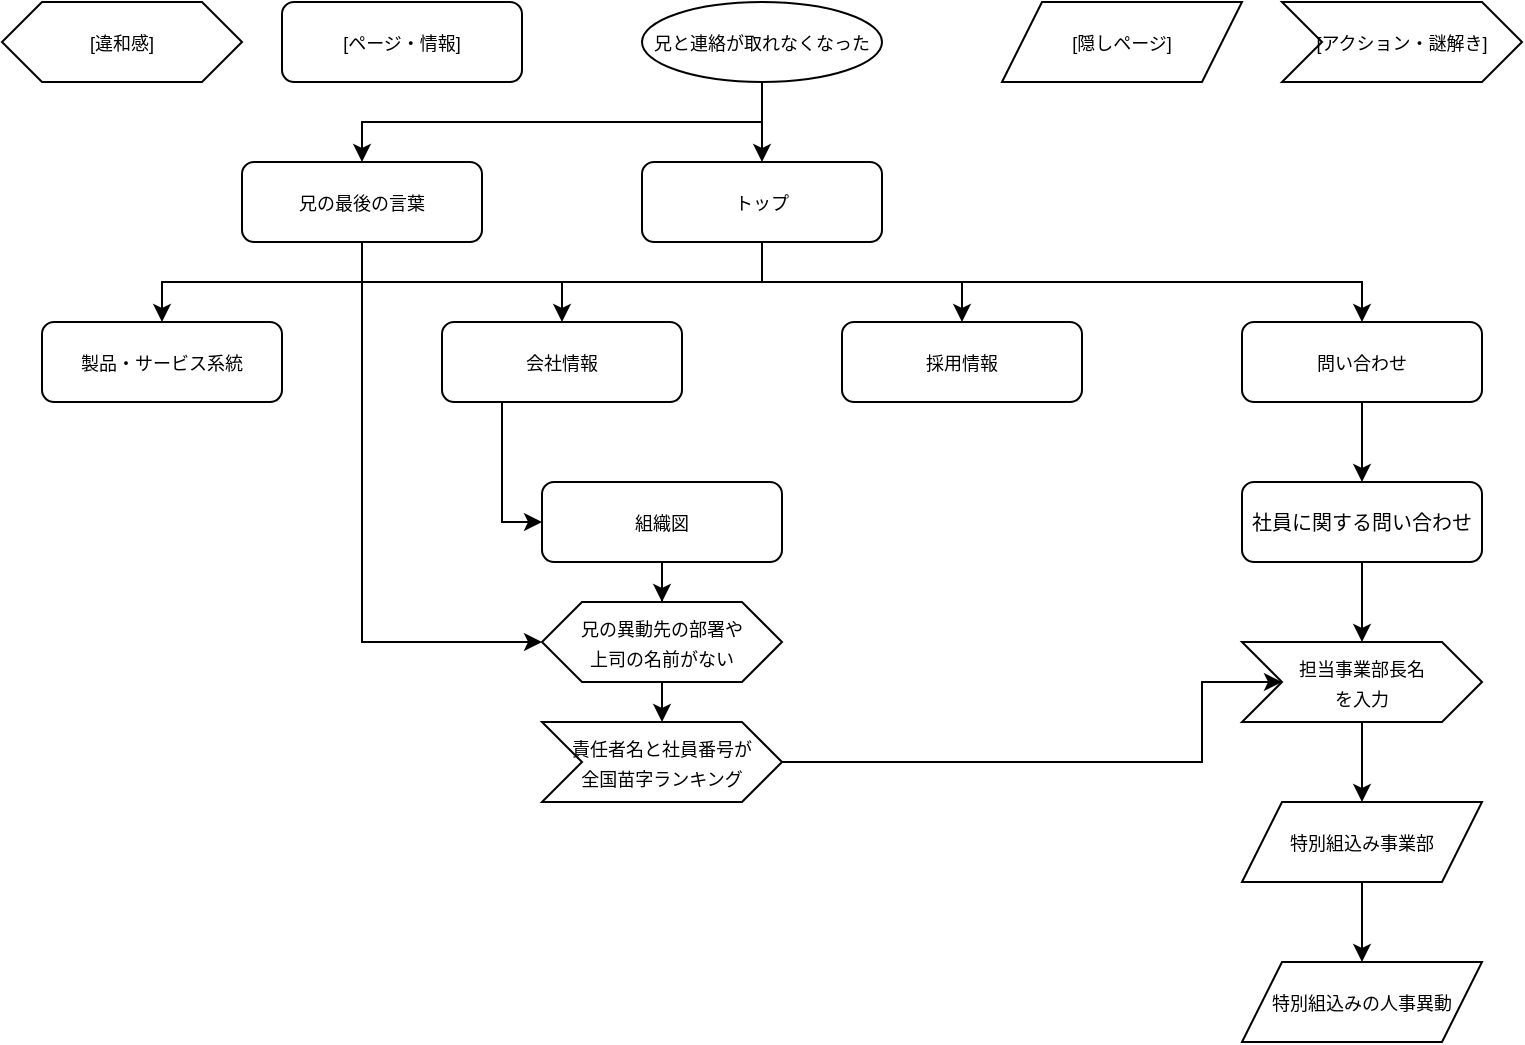
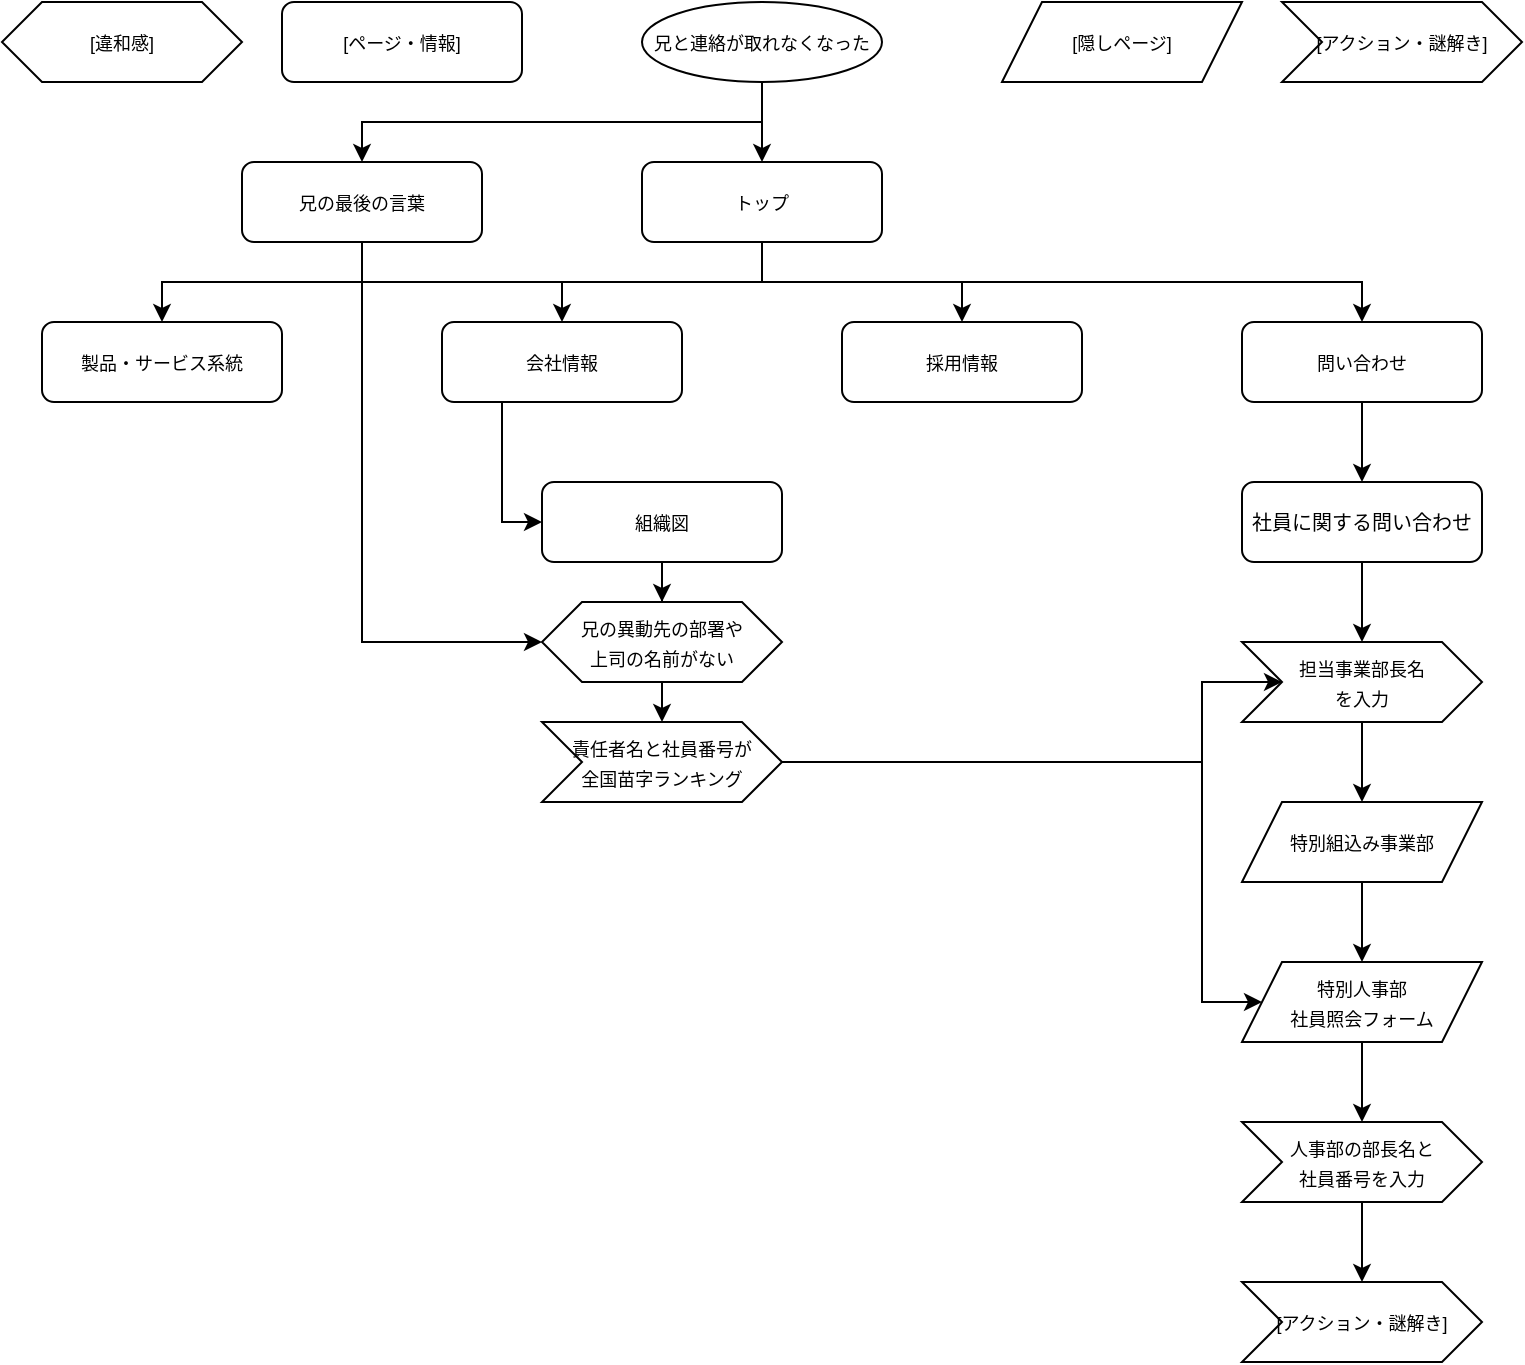
<mxfile host="app.diagrams.net">
  <diagram name="ページ-1" id="SspNnKsi7fuRaBvJYO7E">
    <mxGraphModel dx="1030" dy="658" grid="1" gridSize="10" guides="1" tooltips="1" connect="1" arrows="1" fold="1" page="1" pageScale="1" pageWidth="800" pageHeight="1169" math="0" shadow="0">
      <root>
        <mxCell id="0" />
        <mxCell id="1" parent="0" />
        <mxCell id="Oz_Tc0_ftmsHe5I9UQDS-19" edge="1" parent="1" source="Oz_Tc0_ftmsHe5I9UQDS-2" style="edgeStyle=orthogonalEdgeStyle;rounded=0;orthogonalLoop=1;jettySize=auto;html=1;exitX=0.5;exitY=1;exitDx=0;exitDy=0;" target="Oz_Tc0_ftmsHe5I9UQDS-18">
          <mxGeometry relative="1" as="geometry" />
        </mxCell>
        <mxCell id="Oz_Tc0_ftmsHe5I9UQDS-51" edge="1" parent="1" source="Oz_Tc0_ftmsHe5I9UQDS-2" style="edgeStyle=orthogonalEdgeStyle;rounded=0;orthogonalLoop=1;jettySize=auto;html=1;exitX=0.5;exitY=1;exitDx=0;exitDy=0;entryX=0.5;entryY=0;entryDx=0;entryDy=0;" target="Oz_Tc0_ftmsHe5I9UQDS-55">
          <mxGeometry relative="1" as="geometry">
            <mxPoint x="260" y="120" as="targetPoint" />
          </mxGeometry>
        </mxCell>
        <mxCell id="Oz_Tc0_ftmsHe5I9UQDS-2" parent="1" style="ellipse;whiteSpace=wrap;html=1;" value="&lt;font style=&quot;font-size: 9px;&quot;&gt;兄と連絡が取れなくなった&lt;/font&gt;" vertex="1">
          <mxGeometry height="40" width="120" x="340" y="40" as="geometry" />
        </mxCell>
        <mxCell id="Oz_Tc0_ftmsHe5I9UQDS-24" edge="1" parent="1" source="Oz_Tc0_ftmsHe5I9UQDS-18" style="edgeStyle=orthogonalEdgeStyle;rounded=0;orthogonalLoop=1;jettySize=auto;html=1;exitX=0.5;exitY=1;exitDx=0;exitDy=0;entryX=0.5;entryY=0;entryDx=0;entryDy=0;" target="Oz_Tc0_ftmsHe5I9UQDS-23">
          <mxGeometry relative="1" as="geometry" />
        </mxCell>
        <mxCell id="Oz_Tc0_ftmsHe5I9UQDS-44" edge="1" parent="1" source="Oz_Tc0_ftmsHe5I9UQDS-18" style="edgeStyle=orthogonalEdgeStyle;rounded=0;orthogonalLoop=1;jettySize=auto;html=1;exitX=0.5;exitY=1;exitDx=0;exitDy=0;entryX=0.5;entryY=0;entryDx=0;entryDy=0;" target="Oz_Tc0_ftmsHe5I9UQDS-41">
          <mxGeometry relative="1" as="geometry" />
        </mxCell>
        <mxCell id="Oz_Tc0_ftmsHe5I9UQDS-45" edge="1" parent="1" source="Oz_Tc0_ftmsHe5I9UQDS-18" style="edgeStyle=orthogonalEdgeStyle;rounded=0;orthogonalLoop=1;jettySize=auto;html=1;exitX=0.5;exitY=1;exitDx=0;exitDy=0;entryX=0.5;entryY=0;entryDx=0;entryDy=0;" target="Oz_Tc0_ftmsHe5I9UQDS-42">
          <mxGeometry relative="1" as="geometry" />
        </mxCell>
        <mxCell id="Oz_Tc0_ftmsHe5I9UQDS-46" edge="1" parent="1" source="Oz_Tc0_ftmsHe5I9UQDS-18" style="edgeStyle=orthogonalEdgeStyle;rounded=0;orthogonalLoop=1;jettySize=auto;html=1;exitX=0.5;exitY=1;exitDx=0;exitDy=0;" target="Oz_Tc0_ftmsHe5I9UQDS-43">
          <mxGeometry relative="1" as="geometry" />
        </mxCell>
        <mxCell id="Oz_Tc0_ftmsHe5I9UQDS-18" parent="1" style="rounded=1;whiteSpace=wrap;html=1;" value="&lt;font style=&quot;font-size: 9px;&quot;&gt;トップ&lt;/font&gt;" vertex="1">
          <mxGeometry height="40" width="120" x="340" y="120" as="geometry" />
        </mxCell>
        <mxCell id="Oz_Tc0_ftmsHe5I9UQDS-37" edge="1" parent="1" source="Oz_Tc0_ftmsHe5I9UQDS-69" style="edgeStyle=orthogonalEdgeStyle;rounded=0;orthogonalLoop=1;jettySize=auto;html=1;exitX=0.5;exitY=1;exitDx=0;exitDy=0;entryX=0.5;entryY=0;entryDx=0;entryDy=0;" target="Oz_Tc0_ftmsHe5I9UQDS-35">
          <mxGeometry relative="1" as="geometry" />
        </mxCell>
        <mxCell id="Oz_Tc0_ftmsHe5I9UQDS-25" edge="1" parent="1" source="Oz_Tc0_ftmsHe5I9UQDS-23" style="edgeStyle=orthogonalEdgeStyle;rounded=0;orthogonalLoop=1;jettySize=auto;html=1;exitX=0.5;exitY=1;exitDx=0;exitDy=0;entryX=0.5;entryY=0;entryDx=0;entryDy=0;" target="Oz_Tc0_ftmsHe5I9UQDS-69">
          <mxGeometry relative="1" as="geometry" />
        </mxCell>
        <mxCell id="Oz_Tc0_ftmsHe5I9UQDS-23" parent="1" style="rounded=1;whiteSpace=wrap;html=1;" value="&lt;font style=&quot;font-size: 9px;&quot;&gt;問い合わせ&lt;/font&gt;" vertex="1">
          <mxGeometry height="40" width="120" x="640" y="200" as="geometry" />
        </mxCell>
        <mxCell id="Oz_Tc0_ftmsHe5I9UQDS-27" parent="1" style="rounded=1;whiteSpace=wrap;html=1;" value="&lt;font style=&quot;font-size: 9px;&quot;&gt;[ページ・情報]&lt;/font&gt;" vertex="1">
          <mxGeometry height="40" width="120" x="160" y="40" as="geometry" />
        </mxCell>
        <mxCell id="Oz_Tc0_ftmsHe5I9UQDS-29" parent="1" style="shape=hexagon;perimeter=hexagonPerimeter2;whiteSpace=wrap;html=1;fixedSize=1;" value="&lt;font style=&quot;font-size: 9px;&quot;&gt;[違和感]&lt;/font&gt;" vertex="1">
          <mxGeometry height="40" width="120" x="20" y="40" as="geometry" />
        </mxCell>
        <mxCell id="Oz_Tc0_ftmsHe5I9UQDS-31" parent="1" style="shape=parallelogram;perimeter=parallelogramPerimeter;whiteSpace=wrap;html=1;fixedSize=1;" value="&lt;font style=&quot;font-size: 9px;&quot;&gt;[隠しページ]&lt;/font&gt;" vertex="1">
          <mxGeometry height="40" width="120" x="520" y="40" as="geometry" />
        </mxCell>
        <mxCell id="Oz_Tc0_ftmsHe5I9UQDS-34" parent="1" style="shape=step;perimeter=stepPerimeter;whiteSpace=wrap;html=1;fixedSize=1;" value="&lt;font style=&quot;font-size: 9px;&quot;&gt;[アクション・謎解き]&lt;/font&gt;" vertex="1">
          <mxGeometry height="40" width="120" x="660" y="40" as="geometry" />
        </mxCell>
        <mxCell id="Oz_Tc0_ftmsHe5I9UQDS-39" edge="1" parent="1" source="Oz_Tc0_ftmsHe5I9UQDS-35" style="edgeStyle=orthogonalEdgeStyle;rounded=0;orthogonalLoop=1;jettySize=auto;html=1;exitX=0.5;exitY=1;exitDx=0;exitDy=0;entryX=0.5;entryY=0;entryDx=0;entryDy=0;" target="Oz_Tc0_ftmsHe5I9UQDS-38">
          <mxGeometry relative="1" as="geometry" />
        </mxCell>
        <mxCell id="Oz_Tc0_ftmsHe5I9UQDS-35" parent="1" style="shape=step;perimeter=stepPerimeter;whiteSpace=wrap;html=1;fixedSize=1;" value="&lt;font style=&quot;font-size: 9px;&quot;&gt;担当事業部長名&lt;/font&gt;&lt;div&gt;&lt;span style=&quot;font-size: 9px; background-color: transparent; color: light-dark(rgb(0, 0, 0), rgb(255, 255, 255));&quot;&gt;を入力&lt;/span&gt;&lt;/div&gt;" vertex="1">
          <mxGeometry height="40" width="120" x="640" y="360" as="geometry" />
        </mxCell>
-         <mxCell id="Oz_Tc0_ftmsHe5I9UQDS-68" edge="1" parent="1" source="Oz_Tc0_ftmsHe5I9UQDS-38" style="edgeStyle=orthogonalEdgeStyle;rounded=0;orthogonalLoop=1;jettySize=auto;html=1;exitX=0.5;exitY=1;exitDx=0;exitDy=0;entryX=0.5;entryY=0;entryDx=0;entryDy=0;" target="Oz_Tc0_ftmsHe5I9UQDS-67">
+         <mxCell id="yNmSESkKe9NjBtatHqW6-9" edge="1" parent="1" source="Oz_Tc0_ftmsHe5I9UQDS-38" style="edgeStyle=orthogonalEdgeStyle;rounded=0;orthogonalLoop=1;jettySize=auto;html=1;exitX=0.5;exitY=1;exitDx=0;exitDy=0;" target="yNmSESkKe9NjBtatHqW6-6">
          <mxGeometry relative="1" as="geometry" />
        </mxCell>
        <mxCell id="Oz_Tc0_ftmsHe5I9UQDS-38" parent="1" style="shape=parallelogram;perimeter=parallelogramPerimeter;whiteSpace=wrap;html=1;fixedSize=1;" value="&lt;font style=&quot;font-size: 9px;&quot;&gt;特別組込み事業部&lt;/font&gt;" vertex="1">
          <mxGeometry height="40" width="120" x="640" y="440" as="geometry" />
        </mxCell>
        <mxCell id="Oz_Tc0_ftmsHe5I9UQDS-41" parent="1" style="rounded=1;whiteSpace=wrap;html=1;" value="&lt;font style=&quot;font-size: 9px;&quot;&gt;採用情報&lt;/font&gt;" vertex="1">
          <mxGeometry height="40" width="120" x="440" y="200" as="geometry" />
        </mxCell>
        <mxCell id="Oz_Tc0_ftmsHe5I9UQDS-48" edge="1" parent="1" source="Oz_Tc0_ftmsHe5I9UQDS-42" style="edgeStyle=orthogonalEdgeStyle;rounded=0;orthogonalLoop=1;jettySize=auto;html=1;exitX=0.25;exitY=1;exitDx=0;exitDy=0;entryX=0;entryY=0.5;entryDx=0;entryDy=0;" target="Oz_Tc0_ftmsHe5I9UQDS-47">
          <mxGeometry relative="1" as="geometry" />
        </mxCell>
        <mxCell id="Oz_Tc0_ftmsHe5I9UQDS-42" parent="1" style="rounded=1;whiteSpace=wrap;html=1;" value="&lt;font style=&quot;font-size: 9px;&quot;&gt;会社情報&lt;/font&gt;" vertex="1">
          <mxGeometry height="40" width="120" x="240" y="200" as="geometry" />
        </mxCell>
        <mxCell id="Oz_Tc0_ftmsHe5I9UQDS-43" parent="1" style="rounded=1;whiteSpace=wrap;html=1;" value="&lt;font style=&quot;font-size: 9px;&quot;&gt;製品・サービス系統&lt;/font&gt;" vertex="1">
          <mxGeometry height="40" width="120" x="40" y="200" as="geometry" />
        </mxCell>
        <mxCell id="Oz_Tc0_ftmsHe5I9UQDS-62" edge="1" parent="1" source="Oz_Tc0_ftmsHe5I9UQDS-47" style="edgeStyle=orthogonalEdgeStyle;rounded=0;orthogonalLoop=1;jettySize=auto;html=1;exitX=0.5;exitY=1;exitDx=0;exitDy=0;" target="Oz_Tc0_ftmsHe5I9UQDS-49">
          <mxGeometry relative="1" as="geometry" />
        </mxCell>
        <mxCell id="Oz_Tc0_ftmsHe5I9UQDS-47" parent="1" style="rounded=1;whiteSpace=wrap;html=1;" value="&lt;font style=&quot;font-size: 9px;&quot;&gt;組織図&lt;/font&gt;" vertex="1">
          <mxGeometry height="40" width="120" x="290" y="280" as="geometry" />
        </mxCell>
        <mxCell id="Oz_Tc0_ftmsHe5I9UQDS-64" edge="1" parent="1" source="Oz_Tc0_ftmsHe5I9UQDS-49" style="edgeStyle=orthogonalEdgeStyle;rounded=0;orthogonalLoop=1;jettySize=auto;html=1;exitX=0.5;exitY=1;exitDx=0;exitDy=0;entryX=0.5;entryY=0;entryDx=0;entryDy=0;" target="Oz_Tc0_ftmsHe5I9UQDS-63">
          <mxGeometry relative="1" as="geometry" />
        </mxCell>
        <mxCell id="Oz_Tc0_ftmsHe5I9UQDS-49" parent="1" style="shape=hexagon;perimeter=hexagonPerimeter2;whiteSpace=wrap;html=1;fixedSize=1;" value="&lt;font style=&quot;font-size: 9px;&quot;&gt;兄の異動先の&lt;/font&gt;&lt;font style=&quot;background-color: transparent; color: light-dark(rgb(0, 0, 0), rgb(255, 255, 255)); font-size: 9px;&quot;&gt;部署や&lt;/font&gt;&lt;div&gt;&lt;font style=&quot;background-color: transparent; color: light-dark(rgb(0, 0, 0), rgb(255, 255, 255)); font-size: 9px;&quot;&gt;上司の&lt;/font&gt;&lt;span style=&quot;background-color: transparent; color: light-dark(rgb(0, 0, 0), rgb(255, 255, 255)); font-size: 9px;&quot;&gt;名前がない&lt;/span&gt;&lt;/div&gt;" vertex="1">
          <mxGeometry height="40" width="120" x="290" y="340" as="geometry" />
        </mxCell>
        <mxCell id="Oz_Tc0_ftmsHe5I9UQDS-57" edge="1" parent="1" source="Oz_Tc0_ftmsHe5I9UQDS-55" style="edgeStyle=orthogonalEdgeStyle;rounded=0;orthogonalLoop=1;jettySize=auto;html=1;exitX=0.5;exitY=1;exitDx=0;exitDy=0;entryX=0;entryY=0.5;entryDx=0;entryDy=0;" target="Oz_Tc0_ftmsHe5I9UQDS-49">
          <mxGeometry relative="1" as="geometry" />
        </mxCell>
        <mxCell id="Oz_Tc0_ftmsHe5I9UQDS-55" parent="1" style="rounded=1;whiteSpace=wrap;html=1;" value="&lt;font style=&quot;font-size: 9px;&quot;&gt;兄の最後の言葉&lt;/font&gt;" vertex="1">
          <mxGeometry height="40" width="120" x="140" y="120" as="geometry" />
        </mxCell>
        <mxCell id="Oz_Tc0_ftmsHe5I9UQDS-65" edge="1" parent="1" source="Oz_Tc0_ftmsHe5I9UQDS-63" style="edgeStyle=orthogonalEdgeStyle;rounded=0;orthogonalLoop=1;jettySize=auto;html=1;exitX=1;exitY=0.5;exitDx=0;exitDy=0;entryX=0;entryY=0.5;entryDx=0;entryDy=0;" target="Oz_Tc0_ftmsHe5I9UQDS-35">
          <mxGeometry relative="1" as="geometry">
            <Array as="points">
              <mxPoint x="620" y="420" />
              <mxPoint x="620" y="380" />
            </Array>
          </mxGeometry>
        </mxCell>
+         <mxCell id="yNmSESkKe9NjBtatHqW6-3" edge="1" parent="1" source="Oz_Tc0_ftmsHe5I9UQDS-63" style="edgeStyle=orthogonalEdgeStyle;rounded=0;orthogonalLoop=1;jettySize=auto;html=1;exitX=1;exitY=0.5;exitDx=0;exitDy=0;entryX=0;entryY=0.5;entryDx=0;entryDy=0;" target="yNmSESkKe9NjBtatHqW6-6">
+           <mxGeometry relative="1" as="geometry">
+             <Array as="points">
+               <mxPoint x="620" y="420" />
+               <mxPoint x="620" y="540" />
+             </Array>
+             <mxPoint x="660" y="540" as="targetPoint" />
+           </mxGeometry>
+         </mxCell>
        <mxCell id="Oz_Tc0_ftmsHe5I9UQDS-63" parent="1" style="shape=step;perimeter=stepPerimeter;whiteSpace=wrap;html=1;fixedSize=1;" value="&lt;font style=&quot;font-size: 9px;&quot;&gt;責任者名と社員番号が&lt;/font&gt;&lt;div&gt;&lt;div&gt;&lt;font style=&quot;font-size: 9px;&quot;&gt;全国苗字ランキング&lt;/font&gt;&lt;/div&gt;&lt;/div&gt;" vertex="1">
          <mxGeometry height="40" width="120" x="290" y="400" as="geometry" />
        </mxCell>
-         <mxCell id="Oz_Tc0_ftmsHe5I9UQDS-67" parent="1" style="shape=parallelogram;perimeter=parallelogramPerimeter;whiteSpace=wrap;html=1;fixedSize=1;" value="&lt;font style=&quot;font-size: 9px;&quot;&gt;特別組込みの人事異動&lt;/font&gt;" vertex="1">
+         <mxCell id="Oz_Tc0_ftmsHe5I9UQDS-69" parent="1" style="rounded=1;whiteSpace=wrap;html=1;" value="&lt;font size=&quot;1&quot;&gt;社員に関する問い合わせ&lt;/font&gt;" vertex="1">
+           <mxGeometry height="40" width="120" x="640" y="280" as="geometry" />
+         </mxCell>
+         <mxCell id="yNmSESkKe9NjBtatHqW6-11" edge="1" parent="1" source="yNmSESkKe9NjBtatHqW6-6" style="edgeStyle=orthogonalEdgeStyle;rounded=0;orthogonalLoop=1;jettySize=auto;html=1;exitX=0.5;exitY=1;exitDx=0;exitDy=0;entryX=0.5;entryY=0;entryDx=0;entryDy=0;" target="yNmSESkKe9NjBtatHqW6-10">
+           <mxGeometry relative="1" as="geometry" />
+         </mxCell>
+         <mxCell id="yNmSESkKe9NjBtatHqW6-6" parent="1" style="shape=parallelogram;perimeter=parallelogramPerimeter;whiteSpace=wrap;html=1;fixedSize=1;" value="&lt;font style=&quot;font-size: 9px;&quot;&gt;特別人事部&lt;/font&gt;&lt;div&gt;&lt;font style=&quot;font-size: 9px;&quot;&gt;社員照会フォーム&lt;/font&gt;&lt;/div&gt;" vertex="1">
          <mxGeometry height="40" width="120" x="640" y="520" as="geometry" />
        </mxCell>
-         <mxCell id="Oz_Tc0_ftmsHe5I9UQDS-69" parent="1" style="rounded=1;whiteSpace=wrap;html=1;" value="&lt;font size=&quot;1&quot;&gt;社員に関する問い合わせ&lt;/font&gt;" vertex="1">
-           <mxGeometry height="40" width="120" x="640" y="280" as="geometry" />
+         <mxCell id="yNmSESkKe9NjBtatHqW6-13" edge="1" parent="1" source="yNmSESkKe9NjBtatHqW6-10" style="edgeStyle=orthogonalEdgeStyle;rounded=0;orthogonalLoop=1;jettySize=auto;html=1;exitX=0.5;exitY=1;exitDx=0;exitDy=0;entryX=0.5;entryY=0;entryDx=0;entryDy=0;" target="yNmSESkKe9NjBtatHqW6-12">
+           <mxGeometry relative="1" as="geometry" />
+         </mxCell>
+         <mxCell id="yNmSESkKe9NjBtatHqW6-10" parent="1" style="shape=step;perimeter=stepPerimeter;whiteSpace=wrap;html=1;fixedSize=1;" value="&lt;font style=&quot;font-size: 9px;&quot;&gt;人事部の部長名と&lt;/font&gt;&lt;div&gt;&lt;font style=&quot;font-size: 9px;&quot;&gt;社員番号を入力&lt;/font&gt;&lt;/div&gt;" vertex="1">
+           <mxGeometry height="40" width="120" x="640" y="600" as="geometry" />
+         </mxCell>
+         <mxCell id="yNmSESkKe9NjBtatHqW6-12" parent="1" style="shape=step;perimeter=stepPerimeter;whiteSpace=wrap;html=1;fixedSize=1;" value="&lt;font style=&quot;font-size: 9px;&quot;&gt;[アクション・謎解き]&lt;/font&gt;" vertex="1">
+           <mxGeometry height="40" width="120" x="640" y="680" as="geometry" />
        </mxCell>
      </root>
    </mxGraphModel>
  </diagram>
</mxfile>
